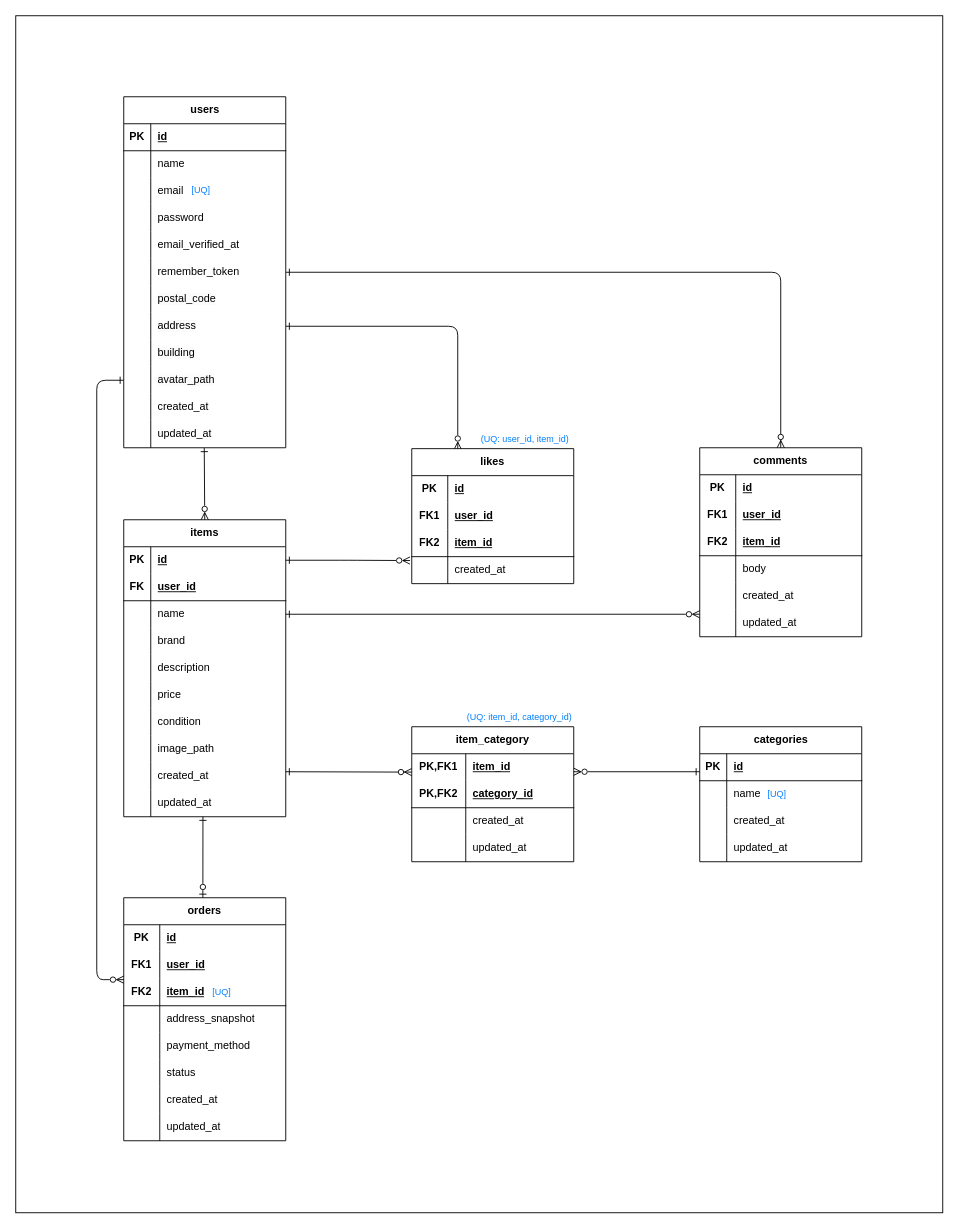
The draw.io diagram er_diagram.drawio in mao716/freemarket-app, before the edit. Source tidied: cells renumbered, new cells numbered last; positions are measured from the earlier drawing's top-left corner, leaving out a move shared by most shapes. Both pictures are drawn from the tidied source at 90%, with x=0, y=0 at pixel (15, 15).
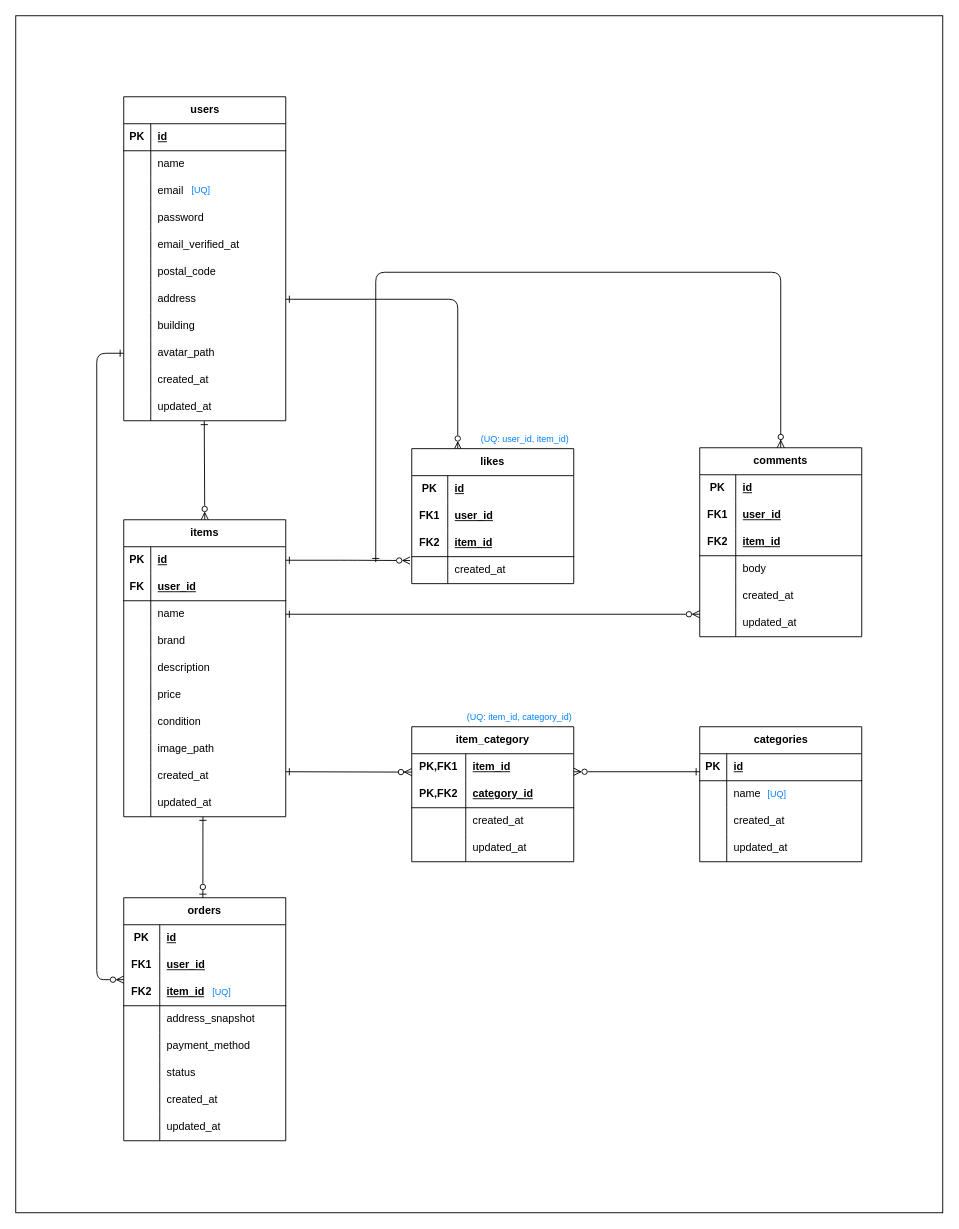
Above is the later version.

Commit message (it also covers changes not shown here):
docs(db): ER図を最新版に更新（構造確定版）

Change to the diagram source:
```diff
@@
-    <mxCell id="109" style="edgeStyle=orthogonalEdgeStyle;fontSize=12;html=1;endArrow=ERzeroToMany;endFill=1;exitX=1;exitY=0.5;exitDx=0;exitDy=0;startArrow=ERone;startFill=0;" parent="1" edge="1" source="131">
+    <mxCell id="109" style="edgeStyle=orthogonalEdgeStyle;fontSize=12;html=1;endArrow=ERzeroToMany;endFill=1;exitX=1;exitY=0.5;exitDx=0;exitDy=0;startArrow=ERone;startFill=0;" parent="1" edge="1">
       <mxGeometry relative="1" as="geometry">
+        <mxPoint x="400" y="607" as="sourcePoint" />
         <mxPoint x="850" y="480" as="targetPoint" />
         <Array as="points">
           <mxPoint x="850" y="285" />
         </Array>
       </mxGeometry>
     </mxCell>
@@
     <mxCell id="111" style="fontSize=12;html=1;endArrow=ERone;endFill=0;startArrow=ERzeroToMany;startFill=0;entryX=0;entryY=0.5;entryDx=0;entryDy=0;edgeStyle=orthogonalEdgeStyle;" parent="1" edge="1" target="143">
       <mxGeometry relative="1" as="geometry">
         <mxPoint x="120" y="1071" as="sourcePoint" />
         <Array as="points">
           <mxPoint x="90" y="1071" />
-          <mxPoint x="90" y="405" />
+          <mxPoint x="90" y="375" />
         </Array>
       </mxGeometry>
     </mxCell>
@@
     <mxCell id="115" value="users" style="shape=table;startSize=30;childLayout=tableLayout;rowLines=0;fontStyle=1;align=center;html=1;labelBackgroundColor=default;fillColor=default;swimlaneFillColor=default;" parent="1" vertex="1">
-      <mxGeometry x="120" y="90" width="180" height="390" as="geometry" />
+      <mxGeometry x="120" y="90" width="180" height="360" as="geometry" />
     </mxCell>
@@
-    <mxCell id="131" style="shape=tableRow;horizontal=0;startSize=0;swimlaneHead=0;swimlaneBody=0;fillColor=none;points=[[0,0.5],[1,0.5]];portConstraint=eastwest;top=0;left=0;right=0;bottom=0;labelBackgroundColor=default;" parent="115" vertex="1">
-      <mxGeometry y="180" width="180" height="30" as="geometry" />
-    </mxCell>
-    <mxCell id="132" style="shape=partialRectangle;fillColor=none;top=0;left=0;bottom=0;right=0;overflow=hidden;whiteSpace=wrap;html=1;labelBackgroundColor=default;" parent="131" vertex="1">
-      <mxGeometry width="30" height="30" as="geometry" />
-    </mxCell>
-    <mxCell id="133" value="remember_token" style="shape=partialRectangle;fillColor=none;top=0;left=0;bottom=0;right=0;align=left;spacingLeft=6;overflow=hidden;whiteSpace=wrap;html=1;labelBackgroundColor=default;" parent="131" vertex="1">
-      <mxGeometry x="30" width="150" height="30" as="geometry" />
-    </mxCell>
     <mxCell id="134" style="shape=tableRow;horizontal=0;startSize=0;swimlaneHead=0;swimlaneBody=0;fillColor=none;top=0;left=0;right=0;bottom=0;labelBackgroundColor=default;" parent="115" vertex="1">
-      <mxGeometry y="210" width="180" height="30" as="geometry" />
+      <mxGeometry y="180" width="180" height="30" as="geometry" />
     </mxCell>
@@
     <mxCell id="137" style="shape=tableRow;horizontal=0;startSize=0;swimlaneHead=0;swimlaneBody=0;fillColor=none;points=[[0,0.5],[1,0.5]];portConstraint=eastwest;top=0;left=0;right=0;bottom=0;labelBackgroundColor=default;" parent="115" vertex="1">
-      <mxGeometry y="240" width="180" height="30" as="geometry" />
+      <mxGeometry y="210" width="180" height="30" as="geometry" />
     </mxCell>
@@
     <mxCell id="140" style="shape=tableRow;horizontal=0;startSize=0;swimlaneHead=0;swimlaneBody=0;fillColor=none;top=0;left=0;right=0;bottom=0;labelBackgroundColor=default;" parent="115" vertex="1">
-      <mxGeometry y="270" width="180" height="30" as="geometry" />
+      <mxGeometry y="240" width="180" height="30" as="geometry" />
     </mxCell>
@@
     <mxCell id="143" style="shape=tableRow;horizontal=0;startSize=0;swimlaneHead=0;swimlaneBody=0;fillColor=none;points=[[0,0.5],[1,0.5]];portConstraint=eastwest;top=0;left=0;right=0;bottom=0;labelBackgroundColor=default;" parent="115" vertex="1">
-      <mxGeometry y="300" width="180" height="30" as="geometry" />
+      <mxGeometry y="270" width="180" height="30" as="geometry" />
     </mxCell>
@@
     <mxCell id="146" style="shape=tableRow;horizontal=0;startSize=0;swimlaneHead=0;swimlaneBody=0;fillColor=none;top=0;left=0;right=0;bottom=0;labelBackgroundColor=default;" parent="115" vertex="1">
-      <mxGeometry y="330" width="180" height="30" as="geometry" />
+      <mxGeometry y="300" width="180" height="30" as="geometry" />
     </mxCell>
@@
     <mxCell id="149" style="shape=tableRow;horizontal=0;startSize=0;swimlaneHead=0;swimlaneBody=0;fillColor=none;points=[[0,0.5],[1,0.5]];portConstraint=eastwest;top=0;left=0;right=0;bottom=0;labelBackgroundColor=default;" parent="115" vertex="1">
-      <mxGeometry y="360" width="180" height="30" as="geometry" />
+      <mxGeometry y="330" width="180" height="30" as="geometry" />
     </mxCell>
```
